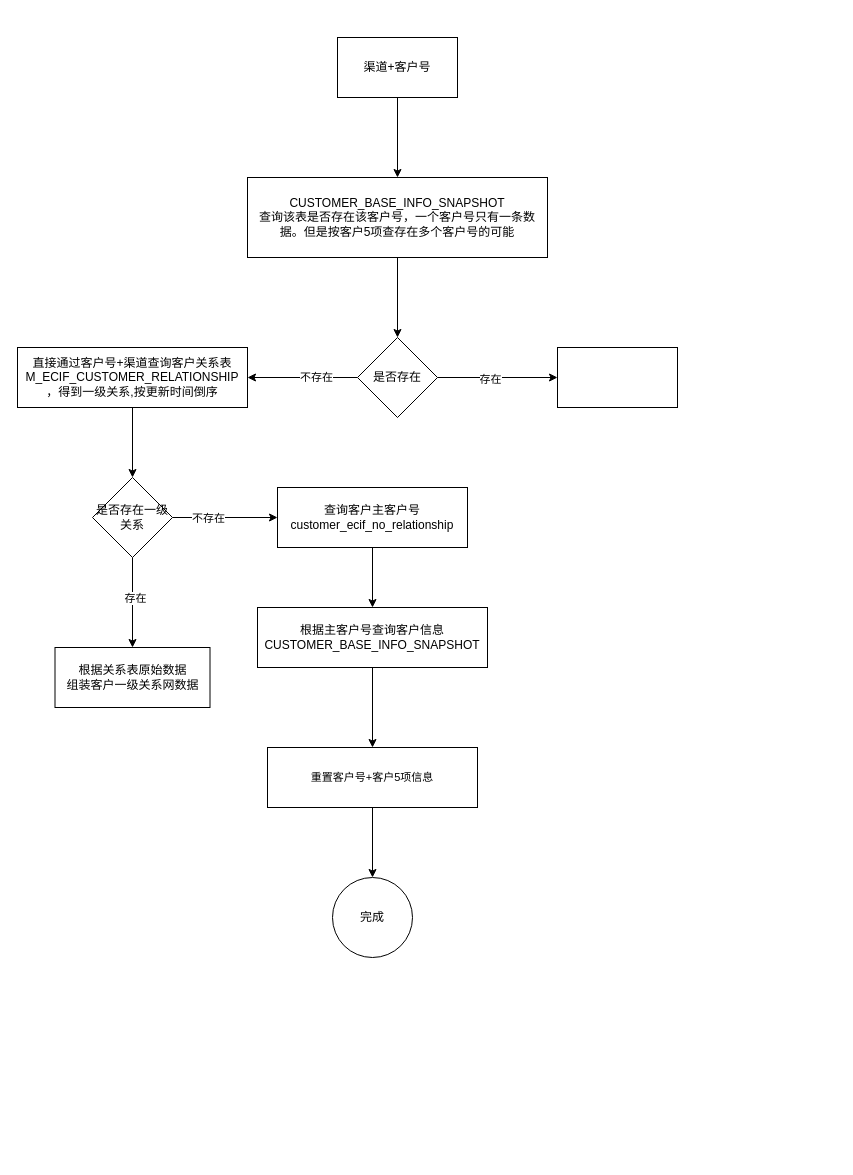
The draw.io diagram 客户关系查询.drawio in rainerpiao/cloud-computing, before the edit. Source tidied: cells renumbered, new cells numbered last; positions are measured from the earlier drawing's top-left corner, leaving out a move shared by most shapes. Both pictures are drawn from the tidied source at 100%, with x=0, y=0 at pixel (17, 37).
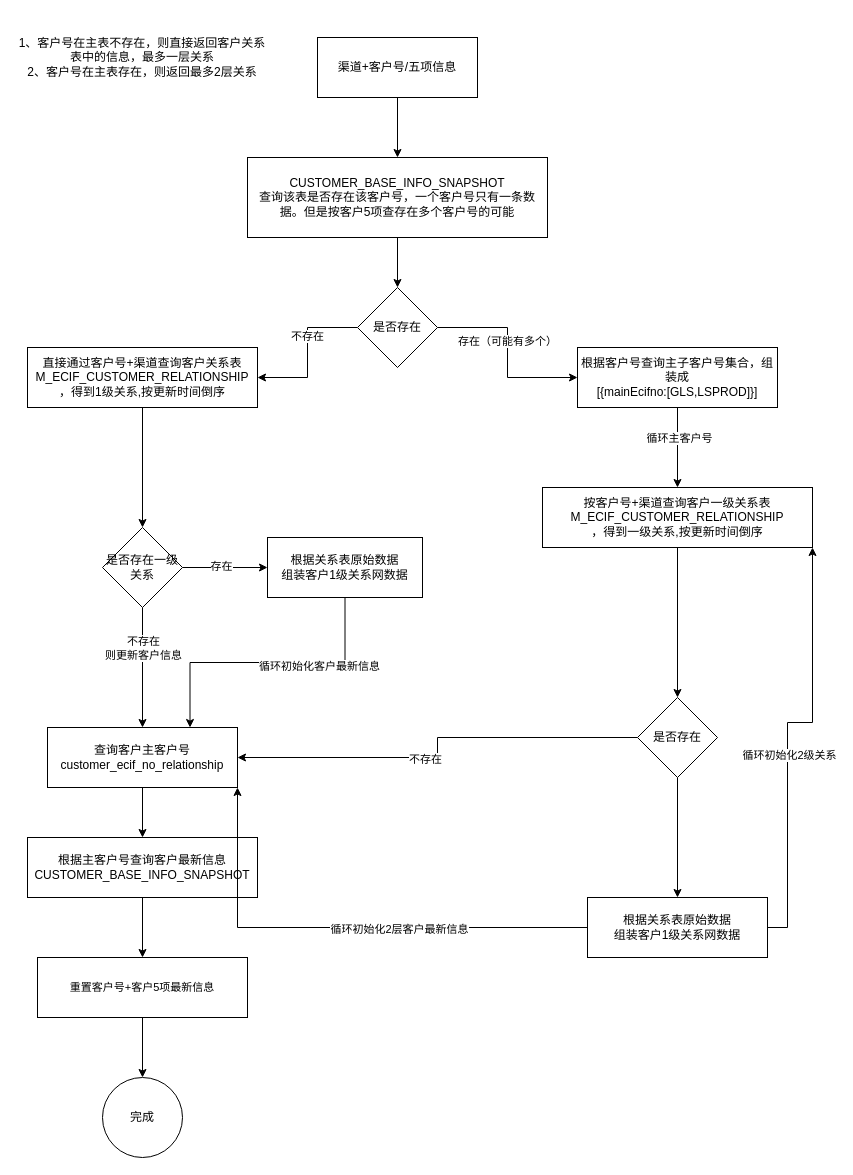
The same page after the edit.

Commit message:
更新客户关系查询.drawio

The change refers to these unchanged cells:
```xml
<mxCell id="8" style="edgeStyle=orthogonalEdgeStyle;rounded=0;jettySize=auto;html=1;" parent="1" edge="1" source="10" target="13">
  <mxGeometry relative="1" as="geometry" />
</mxCell>
<mxCell id="14" style="edgeStyle=orthogonalEdgeStyle;rounded=0;jettySize=auto;html=1;" parent="1" edge="1" source="18" target="20">
  <mxGeometry relative="1" as="geometry" />
</mxCell>
```

Diff of the diagram source:
```diff
@@
-    <mxCell id="3" value="渠道+客户号" style="rounded=0;whiteSpace=wrap;html=1;" parent="1" vertex="1">
-      <mxGeometry x="320" width="120" height="60" as="geometry" />
+    <mxCell id="3" value="渠道+客户号/五项信息" style="rounded=0;whiteSpace=wrap;html=1;" parent="1" vertex="1">
+      <mxGeometry x="300" width="160" height="60" as="geometry" />
     </mxCell>
@@
     <mxCell id="5" value="CUSTOMER_BASE_INFO_SNAPSHOT&lt;div&gt;查询该表是否存在该客户号，一个客户号只有一条数据。但是按客户5项查存在多个客户号的可能&lt;/div&gt;" style="whiteSpace=wrap;html=1;rounded=0;" parent="1" vertex="1">
-      <mxGeometry x="230" y="140" width="300" height="80" as="geometry" />
+      <mxGeometry x="230" y="120" width="300" height="80" as="geometry" />
     </mxCell>
@@
-    <mxCell id="9" value="存在" style="edgeLabel;html=1;align=center;verticalAlign=middle;" parent="8" vertex="1">
+    <mxCell id="9" value="存在（可能有多个）" style="edgeLabel;html=1;align=center;verticalAlign=middle;" parent="8" vertex="1">
       <mxGeometry x="-0.13" y="-1" relative="1" as="geometry" />
     </mxCell>
     <mxCell id="10" value="是否存在" style="rhombus;whiteSpace=wrap;html=1;rounded=0;" parent="1" vertex="1">
-      <mxGeometry x="340" y="300" width="80" height="80" as="geometry" />
+      <mxGeometry x="340" y="250" width="80" height="80" as="geometry" />
     </mxCell>
@@
-    <mxCell id="12" value="直接通过客户号+渠道查询客户关系表&lt;div&gt;M_ECIF_CUSTOMER_RELATIONSHIP&lt;br&gt;&lt;div&gt;，得到一级关系,按更新时间倒序&lt;/div&gt;&lt;/div&gt;" style="whiteSpace=wrap;html=1;rounded=0;" parent="1" vertex="1">
-      <mxGeometry y="310" width="230" height="60" as="geometry" />
+    <mxCell id="12" value="直接通过客户号+渠道查询客户关系表&lt;div&gt;M_ECIF_CUSTOMER_RELATIONSHIP&lt;br&gt;&lt;div&gt;，得到1级关系,按更新时间倒序&lt;/div&gt;&lt;/div&gt;" style="whiteSpace=wrap;html=1;rounded=0;" parent="1" vertex="1">
+      <mxGeometry x="10" y="310" width="230" height="60" as="geometry" />
     </mxCell>
+    <mxCell id="27" style="edgeStyle=orthogonalEdgeStyle;rounded=0;jettySize=auto;html=1;" parent="1" edge="1" source="13" target="33">
+      <mxGeometry relative="1" as="geometry" />
+    </mxCell>
+    <mxCell id="28" value="循环主客户号" style="edgeLabel;html=1;align=center;verticalAlign=middle;" parent="27" vertex="1">
+      <mxGeometry x="-0.25" y="1" relative="1" as="geometry" />
+    </mxCell>
-    <mxCell id="13" style="whiteSpace=wrap;html=1;rounded=0;" parent="1" vertex="1">
-      <mxGeometry x="540" y="310" width="120" height="60" as="geometry" />
+    <mxCell id="13" value="根据客户号查询主子客户号集合，组装成&lt;div&gt;[{mainEcifno:[GLS,LSPROD]}]&lt;br&gt;&lt;/div&gt;" style="whiteSpace=wrap;html=1;rounded=0;" parent="1" vertex="1">
+      <mxGeometry x="560" y="310" width="200" height="60" as="geometry" />
     </mxCell>
@@
-    <mxCell id="15" value="不存在" style="edgeLabel;html=1;align=center;verticalAlign=middle;" parent="14" vertex="1">
+    <mxCell id="15" value="不存在&lt;div&gt;则更新客户信息&lt;/div&gt;" style="edgeLabel;html=1;align=center;verticalAlign=middle;" parent="14" vertex="1">
       <mxGeometry x="-0.33" relative="1" as="geometry" />
     </mxCell>
@@
     <mxCell id="18" value="是否存在一级关系" style="rhombus;whiteSpace=wrap;html=1;rounded=0;" parent="1" vertex="1">
-      <mxGeometry x="75" y="440" width="80" height="80" as="geometry" />
+      <mxGeometry x="85" y="490" width="80" height="80" as="geometry" />
     </mxCell>
@@
     <mxCell id="20" value="查询客户主客户号&lt;div&gt;customer_ecif_no_relationship&lt;br&gt;&lt;/div&gt;" style="whiteSpace=wrap;html=1;rounded=0;" parent="1" vertex="1">
-      <mxGeometry x="260" y="450" width="190" height="60" as="geometry" />
+      <mxGeometry x="30" y="690" width="190" height="60" as="geometry" />
     </mxCell>
+    <mxCell id="29" style="edgeStyle=orthogonalEdgeStyle;rounded=0;jettySize=auto;html=1;entryX=0.75;entryY=0;entryDx=0;entryDy=0;exitX=0.5;exitY=1;exitDx=0;exitDy=0;" parent="1" edge="1" source="21" target="20">
+      <mxGeometry relative="1" as="geometry" />
+    </mxCell>
+    <mxCell id="30" value="循环初始化客户最新信息" style="edgeLabel;html=1;align=center;verticalAlign=middle;" parent="29" vertex="1">
+      <mxGeometry x="-0.36" y="3" relative="1" as="geometry" />
+    </mxCell>
-    <mxCell id="21" value="根据关系表原始数据&lt;div&gt;组装客户一级关系网数据&lt;/div&gt;" style="whiteSpace=wrap;html=1;rounded=0;" parent="1" vertex="1">
-      <mxGeometry x="37.5" y="610" width="155" height="60" as="geometry" />
+    <mxCell id="21" value="根据关系表原始数据&lt;div&gt;组装客户1级关系网数据&lt;/div&gt;" style="whiteSpace=wrap;html=1;rounded=0;" parent="1" vertex="1">
+      <mxGeometry x="250" y="500" width="155" height="60" as="geometry" />
     </mxCell>
@@
-    <mxCell id="23" value="根据主客户号查询客户信息&lt;div&gt;CUSTOMER_BASE_INFO_SNAPSHOT&lt;br&gt;&lt;/div&gt;" style="whiteSpace=wrap;html=1;rounded=0;" parent="1" vertex="1">
-      <mxGeometry x="240" y="570" width="230" height="60" as="geometry" />
+    <mxCell id="23" value="根据主客户号查询客户最新信息&lt;div&gt;CUSTOMER_BASE_INFO_SNAPSHOT&lt;br&gt;&lt;/div&gt;" style="whiteSpace=wrap;html=1;rounded=0;" parent="1" vertex="1">
+      <mxGeometry x="10" y="800" width="230" height="60" as="geometry" />
     </mxCell>
@@
-    <mxCell id="25" value="&lt;span style=&quot;font-size: 11px; text-wrap: nowrap; background-color: rgb(255, 255, 255);&quot;&gt;重置客户号+客户5项信息&lt;/span&gt;" style="whiteSpace=wrap;html=1;rounded=0;" parent="1" vertex="1">
-      <mxGeometry x="250" y="710" width="210" height="60" as="geometry" />
+    <mxCell id="25" value="&lt;span style=&quot;font-size: 11px; text-wrap: nowrap; background-color: rgb(255, 255, 255);&quot;&gt;重置客户号+客户5项最新信息&lt;/span&gt;" style="whiteSpace=wrap;html=1;rounded=0;" parent="1" vertex="1">
+      <mxGeometry x="20" y="920" width="210" height="60" as="geometry" />
     </mxCell>
     <mxCell id="26" value="完成" style="ellipse;whiteSpace=wrap;html=1;rounded=0;" parent="1" vertex="1">
-      <mxGeometry x="315" y="840" width="80" height="80" as="geometry" />
+      <mxGeometry x="85" y="1040" width="80" height="80" as="geometry" />
     </mxCell>
+    <mxCell id="31" value="1、客户号在主表不存在，则直接返回客户关系表中的信息，最多一层关系&lt;div&gt;2、客户号在主表存在，则返回最多2层关系&lt;/div&gt;" style="text;html=1;align=center;verticalAlign=middle;whiteSpace=wrap;rounded=0;" parent="1" vertex="1">
+      <mxGeometry y="-20" width="250" height="80" as="geometry" />
+    </mxCell>
+    <mxCell id="32" style="edgeStyle=orthogonalEdgeStyle;rounded=0;jettySize=auto;html=1;" parent="1" edge="1" source="33" target="35">
+      <mxGeometry relative="1" as="geometry" />
+    </mxCell>
+    <mxCell id="33" value="按客户号+渠道查询客户一级关系表M_ECIF_CUSTOMER_RELATIONSHIP&lt;br&gt;&lt;div&gt;，得到一级关系,按更新时间倒序&lt;/div&gt;" style="whiteSpace=wrap;html=1;rounded=0;" parent="1" vertex="1">
+      <mxGeometry x="525" y="450" width="270" height="60" as="geometry" />
+    </mxCell>
+    <mxCell id="34" style="edgeStyle=orthogonalEdgeStyle;rounded=0;jettySize=auto;html=1;" parent="1" edge="1" source="35" target="42">
+      <mxGeometry relative="1" as="geometry" />
+    </mxCell>
+    <mxCell id="35" value="是否存在" style="rhombus;whiteSpace=wrap;html=1;rounded=0;" parent="1" vertex="1">
+      <mxGeometry x="620" y="660" width="80" height="80" as="geometry" />
+    </mxCell>
+    <mxCell id="36" style="edgeStyle=orthogonalEdgeStyle;rounded=0;jettySize=auto;html=1;entryX=1;entryY=0.5;entryDx=0;entryDy=0;exitX=0;exitY=0.5;exitDx=0;exitDy=0;" parent="1" edge="1" source="35" target="20">
+      <mxGeometry relative="1" as="geometry" />
+    </mxCell>
+    <mxCell id="37" value="不存在" style="edgeLabel;html=1;align=center;verticalAlign=middle;" parent="36" vertex="1">
+      <mxGeometry x="0.11" y="1" relative="1" as="geometry" />
+    </mxCell>
+    <mxCell id="38" style="edgeStyle=orthogonalEdgeStyle;rounded=0;jettySize=auto;html=1;entryX=1;entryY=1;entryDx=0;entryDy=0;exitX=1;exitY=0.5;exitDx=0;exitDy=0;" parent="1" edge="1" source="42" target="33">
+      <mxGeometry relative="1" as="geometry" />
+    </mxCell>
+    <mxCell id="39" value="循环初始化2级关系" style="edgeLabel;html=1;align=center;verticalAlign=middle;" parent="38" vertex="1">
+      <mxGeometry x="-0.09" y="-1" relative="1" as="geometry" />
+    </mxCell>
+    <mxCell id="40" style="edgeStyle=orthogonalEdgeStyle;rounded=0;jettySize=auto;html=1;exitX=0;exitY=0.5;exitDx=0;exitDy=0;entryX=1;entryY=1;entryDx=0;entryDy=0;" parent="1" edge="1" source="42" target="20">
+      <mxGeometry relative="1" as="geometry" />
+    </mxCell>
+    <mxCell id="41" value="循环初始化2层客户最新信息" style="edgeLabel;html=1;align=center;verticalAlign=middle;" parent="40" vertex="1">
+      <mxGeometry x="-0.23" y="1" relative="1" as="geometry" />
+    </mxCell>
+    <mxCell id="42" value="根据关系表原始数据&lt;div&gt;组装客户1级关系网数据&lt;/div&gt;" style="whiteSpace=wrap;html=1;rounded=0;" parent="1" vertex="1">
+      <mxGeometry x="570" y="860" width="180" height="60" as="geometry" />
+    </mxCell>
```
